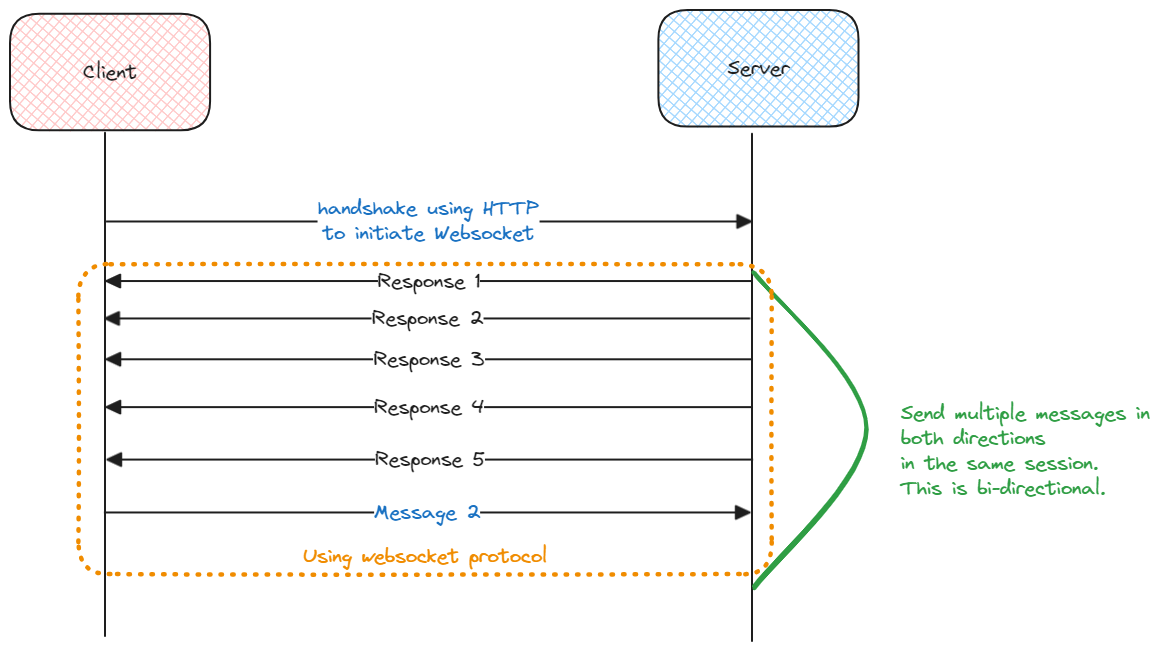
This is static/img/websocket.excalidraw.png from swaroopar/inprogress-engineer, a Excalidraw export, as it was before one commit. Source tidied: one line per element, renumbered; positions are measured from the earlier drawing's top-left corner, leaving out a move shared by most shapes.
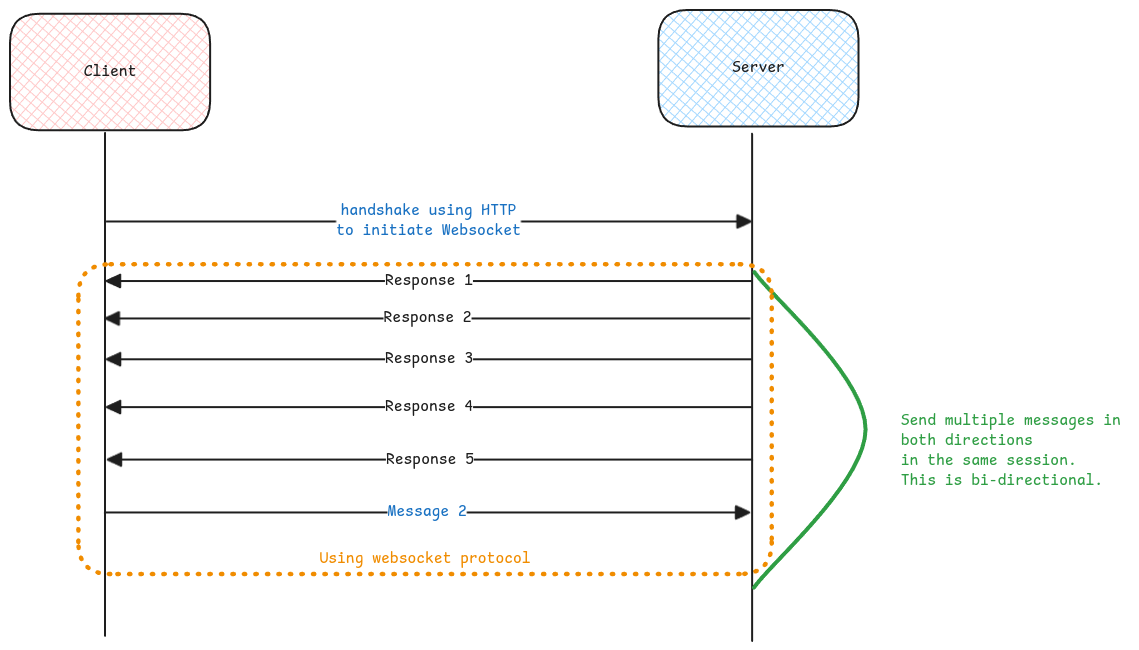
The same file after the commit.

Diff of the diagram source:
```diff
@@ -1,24 +1,24 @@
 {"id": 0, "type": "rectangle", "strokeColor": "#1e1e1e", "backgroundColor": "#ffc9c9", "fillStyle": "cross-hatch", "strokeWidth": 2, "roughness": 0, "round": true, "x": 0, "y": 4, "width": 200, "height": 117}
-{"id": 1, "type": "text", "text": "Client", "strokeColor": "#1e1e1e", "backgroundColor": "#ffc9c9", "fillStyle": "cross-hatch", "strokeWidth": 2, "roughness": 0, "fontSize": 20, "fontFamily": 1, "textAlign": "center", "verticalAlign": "middle", "inside": 0, "x": 73, "y": 50, "width": 54, "height": 25}
+{"id": 1, "type": "text", "text": "Client", "strokeColor": "#1e1e1e", "backgroundColor": "#ffc9c9", "fillStyle": "cross-hatch", "strokeWidth": 2, "roughness": 0, "fontSize": 16, "fontFamily": 8, "textAlign": "center", "verticalAlign": "middle", "inside": 0, "x": 74, "y": 52, "width": 53, "height": 20}
 {"id": 2, "type": "rectangle", "strokeColor": "#1e1e1e", "backgroundColor": "#a5d8ff", "fillStyle": "cross-hatch", "strokeWidth": 2, "roughness": 0, "round": true, "x": 648, "y": 0, "width": 200, "height": 117}
-{"id": 3, "type": "text", "text": "Server", "strokeColor": "#1e1e1e", "backgroundColor": "#ffc9c9", "fillStyle": "cross-hatch", "strokeWidth": 2, "roughness": 0, "fontSize": 20, "fontFamily": 1, "textAlign": "center", "verticalAlign": "middle", "inside": 2, "x": 718, "y": 46, "width": 62, "height": 25}
+{"id": 3, "type": "text", "text": "Server", "strokeColor": "#1e1e1e", "backgroundColor": "#ffc9c9", "fillStyle": "cross-hatch", "strokeWidth": 2, "roughness": 0, "fontSize": 16, "fontFamily": 8, "textAlign": "center", "verticalAlign": "middle", "inside": 2, "x": 722, "y": 48, "width": 53, "height": 20}
-{"id": 4, "type": "line", "strokeColor": "#1e1e1e", "backgroundColor": "#ffc9c9", "fillStyle": "cross-hatch", "strokeWidth": 2, "roughness": 0, "round": true, "from": 0, "x": 95, "y": 123, "width": 0, "height": 503, "points": [[0, 0], [0, 503]]}
+{"id": 4, "type": "line", "strokeColor": "#1e1e1e", "backgroundColor": "#ffc9c9", "fillStyle": "cross-hatch", "strokeWidth": 2, "roughness": 0, "round": true, "x": 95, "y": 123, "width": 0, "height": 503, "points": [[0, 0], [0, 503]]}
 {"id": 5, "type": "line", "strokeColor": "#1e1e1e", "backgroundColor": "#ffc9c9", "fillStyle": "cross-hatch", "strokeWidth": 2, "roughness": 0, "round": true, "x": 742, "y": 124, "width": 0, "height": 507, "points": [[0, 0], [0, 507]]}
 {"id": 6, "type": "arrow", "strokeColor": "#1e1e1e", "backgroundColor": "#ffc9c9", "fillStyle": "cross-hatch", "strokeWidth": 2, "roughness": 0, "endArrowhead": "triangle", "round": true, "x": 96, "y": 211, "width": 645, "height": 0, "points": [[0, 0], [645, 0]]}
-{"id": 7, "type": "text", "text": "handshake using HTTP\nto initiate Websocket", "strokeColor": "#1971c2", "backgroundColor": "#ffc9c9", "fillStyle": "cross-hatch", "strokeWidth": 2, "roughness": 0, "fontSize": 20, "fontFamily": 1, "textAlign": "center", "verticalAlign": "middle", "inside": 6, "x": 308, "y": 186, "width": 221, "height": 50}
+{"id": 7, "type": "text", "text": "handshake using HTTP\nto initiate Websocket", "strokeColor": "#1971c2", "backgroundColor": "#ffc9c9", "fillStyle": "cross-hatch", "strokeWidth": 2, "roughness": 0, "fontSize": 16, "fontFamily": 8, "textAlign": "center", "verticalAlign": "middle", "inside": 6, "x": 326, "y": 191, "width": 185, "height": 40}
 {"id": 8, "type": "arrow", "strokeColor": "#1e1e1e", "backgroundColor": "#ffc9c9", "fillStyle": "cross-hatch", "strokeWidth": 2, "roughness": 0, "endArrowhead": "triangle", "round": true, "x": 742, "y": 450, "width": 645, "height": 0, "points": [[0, 0], [-645, 0]]}
-{"id": 9, "type": "text", "text": "Response 5", "strokeColor": "#1e1e1e", "backgroundColor": "#ffc9c9", "fillStyle": "cross-hatch", "strokeWidth": 2, "roughness": 0, "fontSize": 20, "fontFamily": 1, "textAlign": "center", "verticalAlign": "middle", "inside": 8, "x": 365, "y": 437, "width": 110, "height": 25}
+{"id": 9, "type": "text", "text": "Response 5", "strokeColor": "#1e1e1e", "backgroundColor": "#ffc9c9", "fillStyle": "cross-hatch", "strokeWidth": 2, "roughness": 0, "fontSize": 16, "fontFamily": 8, "textAlign": "center", "verticalAlign": "middle", "inside": 8, "x": 376, "y": 440, "width": 88, "height": 20}
 {"id": 10, "type": "arrow", "strokeColor": "#1e1e1e", "backgroundColor": "#ffc9c9", "fillStyle": "cross-hatch", "strokeWidth": 2, "roughness": 0, "endArrowhead": "triangle", "round": true, "x": 741, "y": 271, "width": 645, "height": 0, "points": [[0, 0], [-645, 0]]}
-{"id": 11, "type": "text", "text": "Response 1", "strokeColor": "#1e1e1e", "backgroundColor": "#ffc9c9", "fillStyle": "cross-hatch", "strokeWidth": 2, "roughness": 0, "fontSize": 20, "fontFamily": 1, "textAlign": "center", "verticalAlign": "middle", "inside": 10, "x": 367, "y": 259, "width": 103, "height": 25}
+{"id": 11, "type": "text", "text": "Response 1", "strokeColor": "#1e1e1e", "backgroundColor": "#ffc9c9", "fillStyle": "cross-hatch", "strokeWidth": 2, "roughness": 0, "fontSize": 16, "fontFamily": 8, "textAlign": "center", "verticalAlign": "middle", "inside": 10, "x": 375, "y": 261, "width": 88, "height": 20}
 {"id": 12, "type": "arrow", "strokeColor": "#1e1e1e", "backgroundColor": "#ffc9c9", "fillStyle": "cross-hatch", "strokeWidth": 2, "roughness": 0, "endArrowhead": "triangle", "round": true, "x": 741, "y": 397, "width": 645, "height": 0, "points": [[0, 0], [-645, 0]]}
-{"id": 13, "type": "text", "text": "Response 4", "strokeColor": "#1e1e1e", "backgroundColor": "#ffc9c9", "fillStyle": "cross-hatch", "strokeWidth": 2, "roughness": 0, "fontSize": 20, "fontFamily": 1, "textAlign": "center", "verticalAlign": "middle", "inside": 12, "x": 364, "y": 385, "width": 110, "height": 25}
+{"id": 13, "type": "text", "text": "Response 4", "strokeColor": "#1e1e1e", "backgroundColor": "#ffc9c9", "fillStyle": "cross-hatch", "strokeWidth": 2, "roughness": 0, "fontSize": 16, "fontFamily": 8, "textAlign": "center", "verticalAlign": "middle", "inside": 12, "x": 375, "y": 387, "width": 88, "height": 20}
 {"id": 14, "type": "arrow", "strokeColor": "#1e1e1e", "backgroundColor": "#ffc9c9", "fillStyle": "cross-hatch", "strokeWidth": 2, "roughness": 0, "endArrowhead": "triangle", "round": true, "x": 741, "y": 349, "width": 645, "height": 0, "points": [[0, 0], [-645, 0]]}
-{"id": 15, "type": "text", "text": "Response 3", "strokeColor": "#1e1e1e", "backgroundColor": "#ffc9c9", "fillStyle": "cross-hatch", "strokeWidth": 2, "roughness": 0, "fontSize": 20, "fontFamily": 1, "textAlign": "center", "verticalAlign": "middle", "inside": 14, "x": 364, "y": 337, "width": 111, "height": 25}
+{"id": 15, "type": "text", "text": "Response 3", "strokeColor": "#1e1e1e", "backgroundColor": "#ffc9c9", "fillStyle": "cross-hatch", "strokeWidth": 2, "roughness": 0, "fontSize": 16, "fontFamily": 8, "textAlign": "center", "verticalAlign": "middle", "inside": 14, "x": 375, "y": 339, "width": 88, "height": 20}
 {"id": 16, "type": "arrow", "strokeColor": "#1e1e1e", "backgroundColor": "#ffc9c9", "fillStyle": "cross-hatch", "strokeWidth": 2, "roughness": 0, "endArrowhead": "triangle", "round": true, "x": 740, "y": 308, "width": 644, "height": 0, "points": [[0, 0], [-644, 0]]}
-{"id": 17, "type": "text", "text": "Response 2", "strokeColor": "#1e1e1e", "backgroundColor": "#ffc9c9", "fillStyle": "cross-hatch", "strokeWidth": 2, "roughness": 0, "fontSize": 20, "fontFamily": 1, "textAlign": "center", "verticalAlign": "middle", "inside": 16, "x": 362, "y": 296, "width": 112, "height": 25}
+{"id": 17, "type": "text", "text": "Response 2", "strokeColor": "#1e1e1e", "backgroundColor": "#ffc9c9", "fillStyle": "cross-hatch", "strokeWidth": 2, "roughness": 0, "fontSize": 16, "fontFamily": 8, "textAlign": "center", "verticalAlign": "middle", "inside": 16, "x": 374, "y": 298, "width": 88, "height": 20}
-{"id": 18, "type": "line", "strokeColor": "#2f9e44", "strokeWidth": 4, "roughness": 1, "round": true, "x": 744, "y": 262, "width": 112, "height": 316, "points": [[0, 0], [111, 157], [0, 316]]}
+{"id": 18, "type": "line", "strokeColor": "#2f9e44", "strokeWidth": 4, "roughness": 0, "round": true, "x": 744, "y": 262, "width": 112, "height": 316, "points": [[0, 0], [111, 157], [0, 316]]}
-{"id": 19, "type": "text", "text": "Send multiple messages in \nboth directions\nin the same session.\nThis is bi-directional.", "strokeColor": "#2f9e44", "strokeWidth": 4, "roughness": 1, "fontSize": 20, "fontFamily": 1, "x": 891, "y": 391, "width": 259, "height": 100}
+{"id": 19, "type": "text", "text": "Send multiple messages in \nboth directions\nin the same session.\nThis is bi-directional.", "strokeColor": "#2f9e44", "strokeWidth": 4, "roughness": 0, "fontSize": 16, "fontFamily": 8, "x": 891, "y": 401, "width": 229, "height": 80}
 {"id": 20, "type": "arrow", "strokeColor": "#1e1e1e", "backgroundColor": "#ffc9c9", "fillStyle": "cross-hatch", "strokeWidth": 2, "roughness": 0, "endArrowhead": "triangle", "round": true, "x": 95, "y": 502, "width": 645, "height": 0, "points": [[0, 0], [645, 0]]}
-{"id": 21, "type": "text", "text": "Message 2", "strokeColor": "#1971c2", "backgroundColor": "#ffc9c9", "fillStyle": "cross-hatch", "strokeWidth": 2, "roughness": 0, "fontSize": 20, "fontFamily": 1, "textAlign": "center", "verticalAlign": "middle", "inside": 20, "x": 364, "y": 490, "width": 107, "height": 25}
+{"id": 21, "type": "text", "text": "Message 2", "strokeColor": "#1971c2", "backgroundColor": "#ffc9c9", "fillStyle": "cross-hatch", "strokeWidth": 2, "roughness": 0, "fontSize": 16, "fontFamily": 8, "textAlign": "center", "verticalAlign": "middle", "inside": 20, "x": 378, "y": 492, "width": 79, "height": 20}
-{"id": 22, "type": "rectangle", "strokeColor": "#f08c00", "strokeWidth": 4, "strokeStyle": "dotted", "roughness": 1, "round": true, "x": 68, "y": 254, "width": 693, "height": 310}
+{"id": 22, "type": "rectangle", "strokeColor": "#f08c00", "strokeWidth": 4, "strokeStyle": "dotted", "roughness": 0, "round": true, "x": 68, "y": 254, "width": 693, "height": 310}
-{"id": 23, "type": "text", "text": "Using websocket protocol", "strokeColor": "#f08c00", "strokeWidth": 4, "strokeStyle": "dotted", "roughness": 1, "fontSize": 20, "fontFamily": 1, "textAlign": "center", "verticalAlign": "bottom", "inside": 22, "x": 293, "y": 534, "width": 244, "height": 25}
+{"id": 23, "type": "text", "text": "Using websocket protocol", "strokeColor": "#f08c00", "strokeWidth": 4, "strokeStyle": "dotted", "roughness": 1, "fontSize": 16, "fontFamily": 8, "textAlign": "center", "verticalAlign": "bottom", "inside": 22, "x": 309, "y": 539, "width": 211, "height": 20}
```
